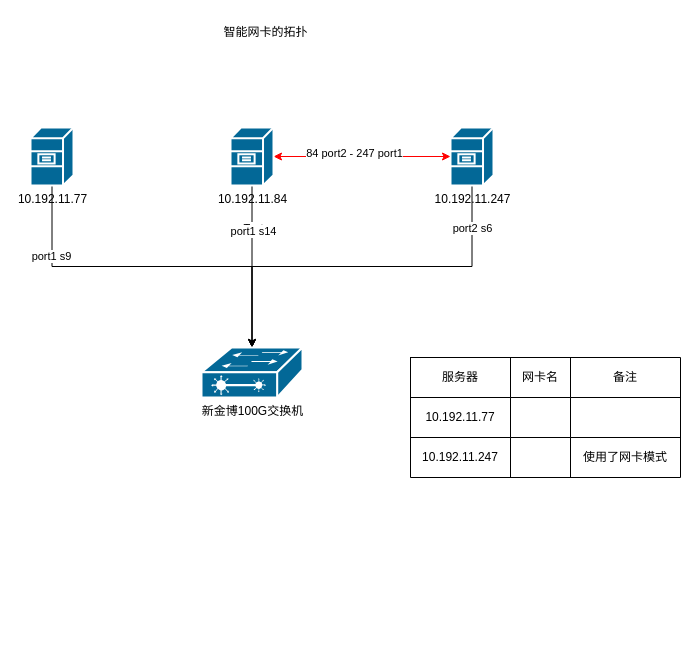
Before: 新金博拓扑.drawio in poetlife/diagrams, a draw.io diagram. Source tidied: cells renumbered, new cells numbered last; positions are measured from the earlier drawing's top-left corner, leaving out a move shared by most shapes. Both pictures are drawn from the tidied source at 100%, with x=0, y=0 at pixel (30, 17).
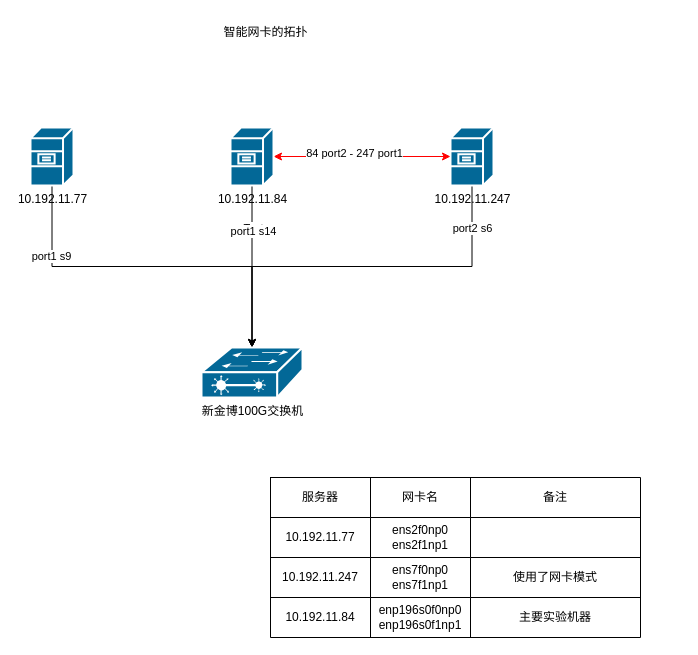
The same diagram, later.

Commit message:
更新新金博拓扑.drawio

Diff of the diagram source:
```diff
@@
     <mxCell id="16" style="shape=table;startSize=0;childLayout=tableLayout;" parent="1" vertex="1">
-      <mxGeometry x="380" y="340" width="270" height="120" as="geometry" />
+      <mxGeometry x="240" y="460" width="370" height="160" as="geometry" />
     </mxCell>
     <mxCell id="17" style="shape=tableRow;horizontal=0;startSize=0;swimlaneHead=0;swimlaneBody=0;strokeColor=inherit;top=0;left=0;bottom=0;right=0;fillColor=none;" parent="16" vertex="1">
-      <mxGeometry width="270" height="40" as="geometry" />
+      <mxGeometry width="370" height="40" as="geometry" />
     </mxCell>
@@
     <mxCell id="19" value="网卡名" style="shape=partialRectangle;html=1;whiteSpace=wrap;strokeColor=inherit;overflow=hidden;fillColor=none;top=0;left=0;bottom=0;right=0;" parent="17" vertex="1">
-      <mxGeometry x="100" width="60" height="40" as="geometry" />
+      <mxGeometry x="100" width="100" height="40" as="geometry" />
     </mxCell>
     <mxCell id="20" value="备注" style="shape=partialRectangle;html=1;whiteSpace=wrap;strokeColor=inherit;overflow=hidden;fillColor=none;top=0;left=0;bottom=0;right=0;" parent="17" vertex="1">
-      <mxGeometry x="160" width="110" height="40" as="geometry" />
+      <mxGeometry x="200" width="170" height="40" as="geometry" />
     </mxCell>
     <mxCell id="21" style="shape=tableRow;horizontal=0;startSize=0;swimlaneHead=0;swimlaneBody=0;strokeColor=inherit;top=0;left=0;bottom=0;right=0;fillColor=none;" parent="16" vertex="1">
-      <mxGeometry y="40" width="270" height="40" as="geometry" />
+      <mxGeometry y="40" width="370" height="40" as="geometry" />
     </mxCell>
@@
-    <mxCell id="23" style="shape=partialRectangle;html=1;whiteSpace=wrap;strokeColor=inherit;overflow=hidden;fillColor=none;top=0;left=0;bottom=0;right=0;" parent="21" vertex="1">
-      <mxGeometry x="100" width="60" height="40" as="geometry" />
+    <mxCell id="23" value="ens2f0np0&lt;br&gt;ens2f1np1" style="shape=partialRectangle;html=1;whiteSpace=wrap;strokeColor=inherit;overflow=hidden;fillColor=none;top=0;left=0;bottom=0;right=0;" parent="21" vertex="1">
+      <mxGeometry x="100" width="100" height="40" as="geometry" />
     </mxCell>
     <mxCell id="24" style="shape=partialRectangle;html=1;whiteSpace=wrap;strokeColor=inherit;overflow=hidden;fillColor=none;top=0;left=0;bottom=0;right=0;" parent="21" vertex="1">
-      <mxGeometry x="160" width="110" height="40" as="geometry" />
+      <mxGeometry x="200" width="170" height="40" as="geometry" />
     </mxCell>
     <mxCell id="25" style="shape=tableRow;horizontal=0;startSize=0;swimlaneHead=0;swimlaneBody=0;strokeColor=inherit;top=0;left=0;bottom=0;right=0;fillColor=none;" parent="16" vertex="1">
-      <mxGeometry y="80" width="270" height="40" as="geometry" />
+      <mxGeometry y="80" width="370" height="40" as="geometry" />
     </mxCell>
@@
-    <mxCell id="27" style="shape=partialRectangle;html=1;whiteSpace=wrap;strokeColor=inherit;overflow=hidden;fillColor=none;top=0;left=0;bottom=0;right=0;" parent="25" vertex="1">
-      <mxGeometry x="100" width="60" height="40" as="geometry" />
+    <mxCell id="27" value="ens7f0np0&lt;br&gt;ens7f1np1" style="shape=partialRectangle;html=1;whiteSpace=wrap;strokeColor=inherit;overflow=hidden;fillColor=none;top=0;left=0;bottom=0;right=0;" parent="25" vertex="1">
+      <mxGeometry x="100" width="100" height="40" as="geometry" />
     </mxCell>
     <mxCell id="28" value="使用了网卡模式" style="shape=partialRectangle;html=1;whiteSpace=wrap;strokeColor=inherit;overflow=hidden;fillColor=none;top=0;left=0;bottom=0;right=0;" parent="25" vertex="1">
-      <mxGeometry x="160" width="110" height="40" as="geometry" />
+      <mxGeometry x="200" width="170" height="40" as="geometry" />
     </mxCell>
+    <mxCell id="29" style="shape=tableRow;horizontal=0;startSize=0;swimlaneHead=0;swimlaneBody=0;strokeColor=inherit;top=0;left=0;bottom=0;right=0;fillColor=none;" parent="16" vertex="1">
+      <mxGeometry y="120" width="370" height="40" as="geometry" />
+    </mxCell>
+    <mxCell id="30" value="10.192.11.84" style="shape=partialRectangle;html=1;whiteSpace=wrap;strokeColor=inherit;overflow=hidden;fillColor=none;top=0;left=0;bottom=0;right=0;" parent="29" vertex="1">
+      <mxGeometry width="100" height="40" as="geometry" />
+    </mxCell>
+    <mxCell id="31" value="enp196s0f0np0&lt;br&gt;enp196s0f1np1" style="shape=partialRectangle;html=1;whiteSpace=wrap;strokeColor=inherit;overflow=hidden;fillColor=none;top=0;left=0;bottom=0;right=0;" parent="29" vertex="1">
+      <mxGeometry x="100" width="100" height="40" as="geometry" />
+    </mxCell>
+    <mxCell id="32" value="主要实验机器" style="shape=partialRectangle;html=1;whiteSpace=wrap;strokeColor=inherit;overflow=hidden;fillColor=none;top=0;left=0;bottom=0;right=0;" parent="29" vertex="1">
+      <mxGeometry x="200" width="170" height="40" as="geometry" />
+    </mxCell>
```
